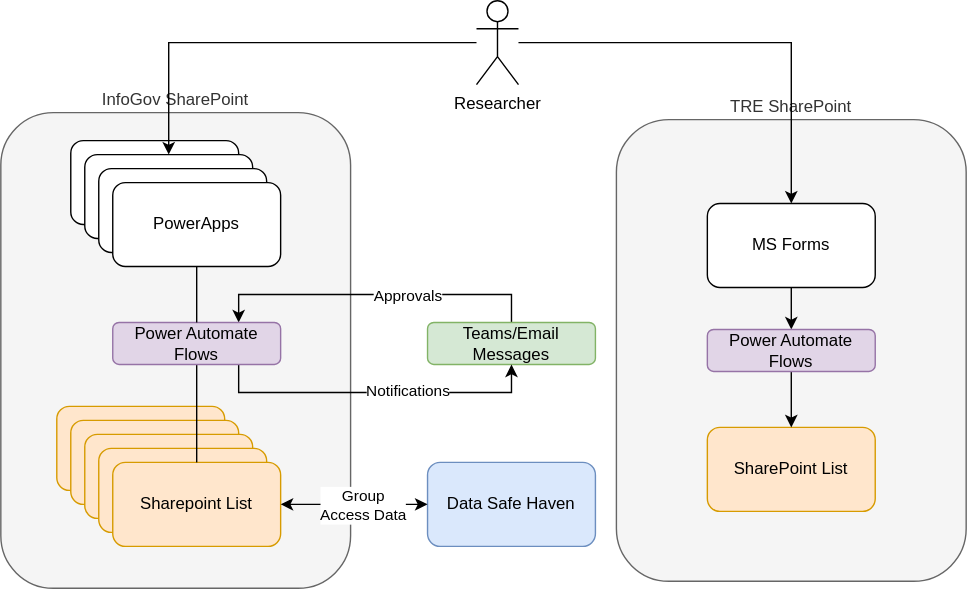
This is docs/media/ARC_Portals_Current.drawio.svg from ucl-arc-tre/portal, a draw.io export, as it was before one commit. Source tidied: cells renumbered, new cells last; positions are measured from the earlier drawing's top-left corner, leaving out a move shared by most shapes.
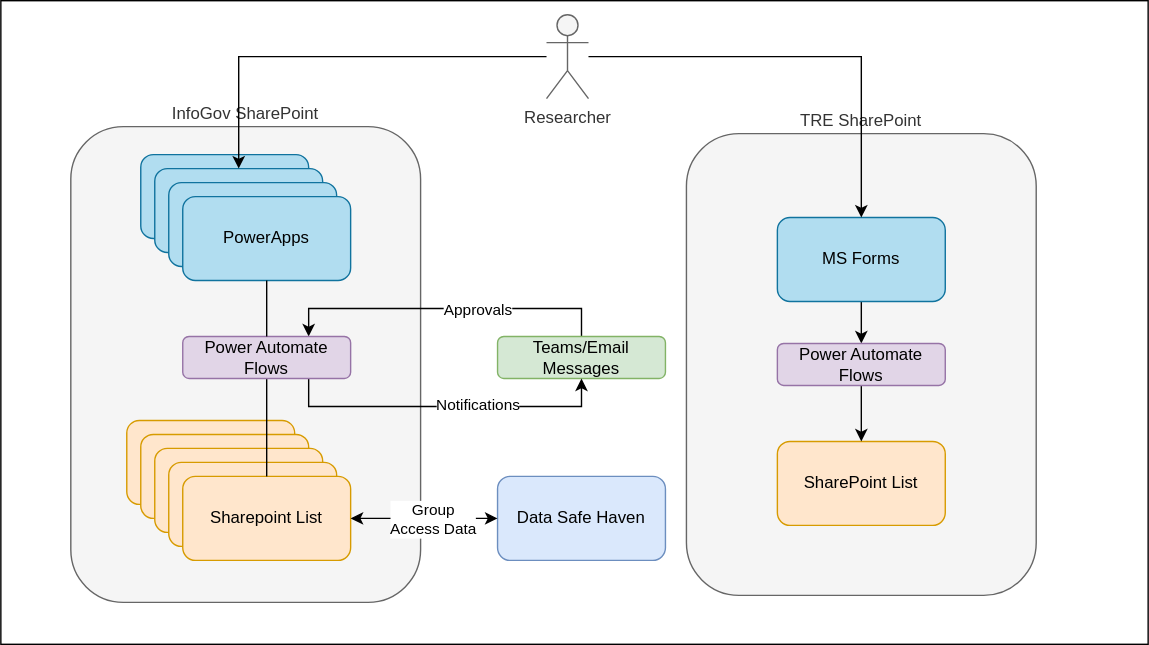
The same file after the commit.

Commit message:
fix dark mode

What changed in the source:
```diff
@@ -2,6 +2,9 @@
   <root>
     <mxCell id="0" />
     <mxCell id="1" parent="0" />
+    <mxCell id="34" style="rounded=0;whiteSpace=wrap;html=1;" parent="1" vertex="1">
+      <mxGeometry x="-50" y="-10" width="820" height="460" as="geometry" />
+    </mxCell>
     <mxCell id="2" value="InfoGov SharePoint" style="rounded=1;whiteSpace=wrap;html=1;labelPosition=center;verticalLabelPosition=top;align=center;verticalAlign=bottom;fillColor=#f5f5f5;fontColor=#333333;strokeColor=#666666;" parent="1" vertex="1">
       <mxGeometry y="80" width="250" height="340" as="geometry" />
     </mxCell>
@@ -26,16 +29,16 @@
     <mxCell id="9" style="group;" parent="1" vertex="1">
       <mxGeometry x="50" y="100" width="150" height="90" as="geometry" />
     </mxCell>
-    <mxCell id="10" value="PowerApps" style="rounded=1;whiteSpace=wrap;html=1;" parent="9" vertex="1">
+    <mxCell id="10" value="PowerApps" style="rounded=1;whiteSpace=wrap;html=1;fillColor=#b1ddf0;strokeColor=#10739e;" parent="9" vertex="1">
       <mxGeometry width="120" height="60" as="geometry" />
     </mxCell>
-    <mxCell id="11" value="PowerApps" style="rounded=1;whiteSpace=wrap;html=1;" parent="9" vertex="1">
+    <mxCell id="11" value="PowerApps" style="rounded=1;whiteSpace=wrap;html=1;fillColor=#b1ddf0;strokeColor=#10739e;" parent="9" vertex="1">
       <mxGeometry x="10" y="10" width="120" height="60" as="geometry" />
     </mxCell>
-    <mxCell id="12" value="PowerApps" style="rounded=1;whiteSpace=wrap;html=1;" parent="9" vertex="1">
+    <mxCell id="12" value="PowerApps" style="rounded=1;whiteSpace=wrap;html=1;fillColor=#b1ddf0;strokeColor=#10739e;" parent="9" vertex="1">
       <mxGeometry x="20" y="20" width="120" height="60" as="geometry" />
     </mxCell>
-    <mxCell id="13" value="PowerApps" style="rounded=1;whiteSpace=wrap;html=1;" parent="9" vertex="1">
+    <mxCell id="13" value="PowerApps" style="rounded=1;whiteSpace=wrap;html=1;fillColor=#b1ddf0;strokeColor=#10739e;" parent="9" vertex="1">
       <mxGeometry x="30" y="30" width="120" height="60" as="geometry" />
     </mxCell>
     <mxCell id="14" value="Data Safe Haven" style="rounded=1;whiteSpace=wrap;html=1;fillColor=#dae8fc;strokeColor=#6c8ebf;" parent="1" vertex="1">
@@ -55,7 +58,7 @@
     <mxCell id="18" style="edgeStyle=orthogonalEdgeStyle;rounded=0;jettySize=auto;html=1;" parent="1" edge="1" source="19" target="22">
       <mxGeometry relative="1" as="geometry" />
     </mxCell>
-    <mxCell id="19" value="MS Forms" style="rounded=1;whiteSpace=wrap;html=1;" parent="1" vertex="1">
+    <mxCell id="19" value="MS Forms" style="rounded=1;whiteSpace=wrap;html=1;fillColor=#b1ddf0;strokeColor=#10739e;" parent="1" vertex="1">
       <mxGeometry x="505" y="145" width="120" height="60" as="geometry" />
     </mxCell>
     <mxCell id="20" value="SharePoint List" style="rounded=1;whiteSpace=wrap;html=1;fillColor=#ffe6cc;strokeColor=#d79b00;" parent="1" vertex="1">
@@ -101,7 +104,7 @@
     <mxCell id="32" style="edgeStyle=orthogonalEdgeStyle;rounded=0;jettySize=auto;html=1;entryX=0.5;entryY=0;entryDx=0;entryDy=0;" parent="1" edge="1" source="33" target="19">
       <mxGeometry relative="1" as="geometry" />
     </mxCell>
-    <mxCell id="33" value="Researcher" style="shape=umlActor;verticalLabelPosition=bottom;verticalAlign=top;html=1;outlineConnect=0;" parent="1" vertex="1">
+    <mxCell id="33" value="Researcher" style="shape=umlActor;verticalLabelPosition=bottom;verticalAlign=top;html=1;outlineConnect=0;fillColor=#f5f5f5;strokeColor=#666666;fontColor=#333333;" parent="1" vertex="1">
       <mxGeometry x="340" width="30" height="60" as="geometry" />
     </mxCell>
   </root>
```
